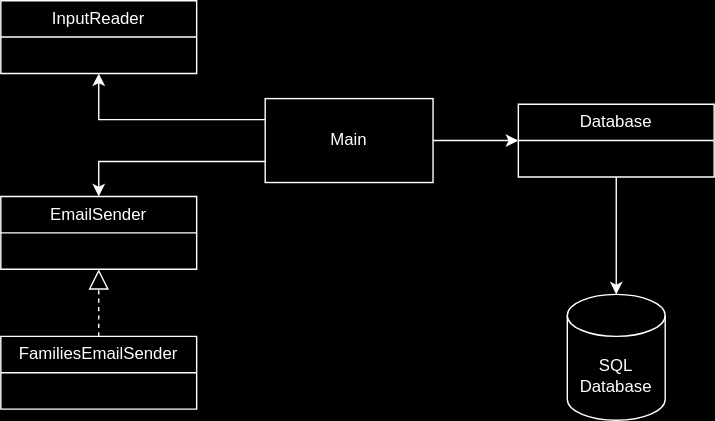
Before: doc/Diagrams/SenderClassDiagram.svg, a diagram exported from draw.io (sihanyu03/EventManager). Source tidied: cells renumbered, new cells last; positions are measured from the earlier drawing's top-left corner, leaving out a move shared by most shapes. Its diagram source:
```xml
<mxGraphModel>
  <root>
    <mxCell id="0" />
    <mxCell id="1" parent="0" />
    <mxCell id="2" style="edgeStyle=orthogonalEdgeStyle;rounded=0;jettySize=auto;html=1;exitX=1;exitY=0.5;exitDx=0;exitDy=0;entryX=0;entryY=0.5;entryDx=0;entryDy=0;" parent="1" edge="1" source="5" target="7">
      <mxGeometry relative="1" as="geometry" />
    </mxCell>
    <mxCell id="3" style="edgeStyle=orthogonalEdgeStyle;rounded=0;jettySize=auto;html=1;exitX=0;exitY=0.25;exitDx=0;exitDy=0;entryX=0.5;entryY=1;entryDx=0;entryDy=0;" parent="1" edge="1" source="5" target="9">
      <mxGeometry relative="1" as="geometry" />
    </mxCell>
    <mxCell id="4" style="edgeStyle=orthogonalEdgeStyle;rounded=0;jettySize=auto;html=1;exitX=0;exitY=0.75;exitDx=0;exitDy=0;entryX=0.5;entryY=0;entryDx=0;entryDy=0;" parent="1" edge="1" source="5" target="10">
      <mxGeometry relative="1" as="geometry" />
    </mxCell>
    <mxCell id="5" value="Main" style="rounded=0;whiteSpace=wrap;html=1;" parent="1" vertex="1">
      <mxGeometry x="189" y="70" width="120" height="60" as="geometry" />
    </mxCell>
    <mxCell id="6" value="SQL Database" style="shape=cylinder3;whiteSpace=wrap;html=1;boundedLbl=1;backgroundOutline=1;size=15;" parent="1" vertex="1">
      <mxGeometry x="405" y="210" width="70" height="90" as="geometry" />
    </mxCell>
    <mxCell id="7" value="Database" style="swimlane;fontStyle=0;horizontal=1;startSize=26;fillColor=none;whiteSpace=wrap;html=1;" parent="1" vertex="1">
      <mxGeometry x="370" y="74" width="140" height="52" as="geometry" />
    </mxCell>
    <mxCell id="8" style="edgeStyle=orthogonalEdgeStyle;rounded=0;jettySize=auto;html=1;exitX=0.5;exitY=1;exitDx=0;exitDy=0;entryX=0.5;entryY=0;entryDx=0;entryDy=0;entryPerimeter=0;" parent="1" edge="1" source="7" target="6">
      <mxGeometry relative="1" as="geometry" />
    </mxCell>
    <mxCell id="9" value="InputReader" style="swimlane;fontStyle=0;horizontal=1;startSize=26;fillColor=none;whiteSpace=wrap;html=1;" parent="1" vertex="1">
      <mxGeometry width="140" height="52" as="geometry" />
    </mxCell>
    <mxCell id="10" value="EmailSender" style="swimlane;fontStyle=0;horizontal=1;startSize=26;fillColor=none;whiteSpace=wrap;html=1;" parent="1" vertex="1">
      <mxGeometry y="140" width="140" height="52" as="geometry" />
    </mxCell>
    <mxCell id="11" value="FamiliesEmailSender" style="swimlane;fontStyle=0;horizontal=1;startSize=26;fillColor=none;whiteSpace=wrap;html=1;" parent="1" vertex="1">
      <mxGeometry y="240" width="140" height="52" as="geometry" />
    </mxCell>
    <mxCell id="12" style="endArrow=block;dashed=1;endFill=0;endSize=12;html=1;rounded=0;exitX=0.5;exitY=0;exitDx=0;exitDy=0;entryX=0.5;entryY=1;entryDx=0;entryDy=0;" parent="1" edge="1" source="11" target="10">
      <mxGeometry relative="1" as="geometry" />
    </mxCell>
  </root>
</mxGraphModel>
```
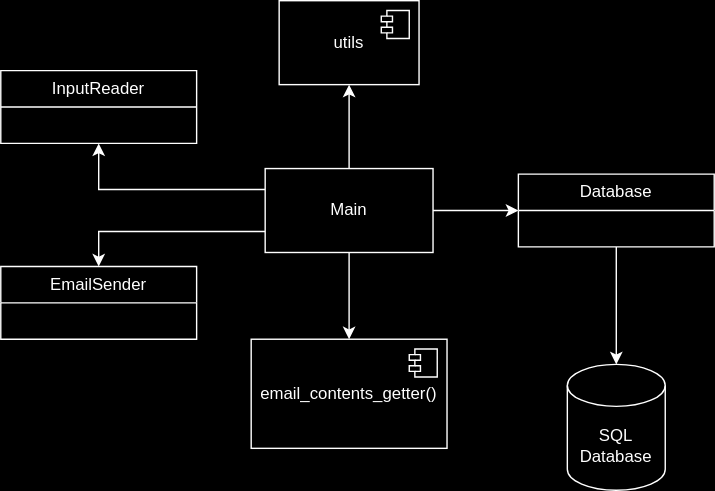
After the commit.

Change to the diagram source:
```diff
@@ -11,6 +11,12 @@
     <mxCell id="4" style="edgeStyle=orthogonalEdgeStyle;rounded=0;jettySize=auto;html=1;exitX=0;exitY=0.75;exitDx=0;exitDy=0;entryX=0.5;entryY=0;entryDx=0;entryDy=0;" parent="1" edge="1" source="5" target="10">
       <mxGeometry relative="1" as="geometry" />
     </mxCell>
+    <mxCell id="13" style="edgeStyle=orthogonalEdgeStyle;rounded=0;jettySize=auto;html=1;exitX=0.5;exitY=0;exitDx=0;exitDy=0;entryX=0.5;entryY=1;entryDx=0;entryDy=0;" parent="1" edge="1" source="5" target="15">
+      <mxGeometry relative="1" as="geometry" />
+    </mxCell>
+    <mxCell id="14" style="edgeStyle=orthogonalEdgeStyle;rounded=0;jettySize=auto;html=1;exitX=0.5;exitY=1;exitDx=0;exitDy=0;entryX=0.5;entryY=0;entryDx=0;entryDy=0;" parent="1" edge="1" source="5" target="17">
+      <mxGeometry relative="1" as="geometry" />
+    </mxCell>
     <mxCell id="5" value="Main" style="rounded=0;whiteSpace=wrap;html=1;" parent="1" vertex="1">
       <mxGeometry x="189" y="70" width="120" height="60" as="geometry" />
     </mxCell>
@@ -29,11 +35,21 @@
     <mxCell id="10" value="EmailSender" style="swimlane;fontStyle=0;horizontal=1;startSize=26;fillColor=none;whiteSpace=wrap;html=1;" parent="1" vertex="1">
       <mxGeometry y="140" width="140" height="52" as="geometry" />
     </mxCell>
-    <mxCell id="11" value="FamiliesEmailSender" style="swimlane;fontStyle=0;horizontal=1;startSize=26;fillColor=none;whiteSpace=wrap;html=1;" parent="1" vertex="1">
-      <mxGeometry y="240" width="140" height="52" as="geometry" />
-    </mxCell>
-    <mxCell id="12" style="endArrow=block;dashed=1;endFill=0;endSize=12;html=1;rounded=0;exitX=0.5;exitY=0;exitDx=0;exitDy=0;entryX=0.5;entryY=1;entryDx=0;entryDy=0;" parent="1" edge="1" source="11" target="10">
-      <mxGeometry relative="1" as="geometry" />
-    </mxCell>
+    <mxCell id="15" value="utils" style="html=1;whiteSpace=wrap;" parent="1" vertex="1">
+      <mxGeometry x="199" y="-50" width="100" height="60" as="geometry" />
+    </mxCell>
+    <mxCell id="16" style="shape=module;jettyWidth=8;jettyHeight=4;" parent="15" vertex="1">
+      <mxGeometry x="1" width="20" height="20" relative="1" as="geometry">
+        <mxPoint x="-27" y="7" as="offset" />
+      </mxGeometry>
+    </mxCell>
+    <mxCell id="17" value="email_contents_getter()" style="html=1;whiteSpace=wrap;" parent="1" vertex="1">
+      <mxGeometry x="179" y="192" width="140" height="78" as="geometry" />
+    </mxCell>
+    <mxCell id="18" style="shape=module;jettyWidth=8;jettyHeight=4;" parent="17" vertex="1">
+      <mxGeometry x="1" width="20" height="20" relative="1" as="geometry">
+        <mxPoint x="-27" y="7" as="offset" />
+      </mxGeometry>
+    </mxCell>
   </root>
 </mxGraphModel>
```
